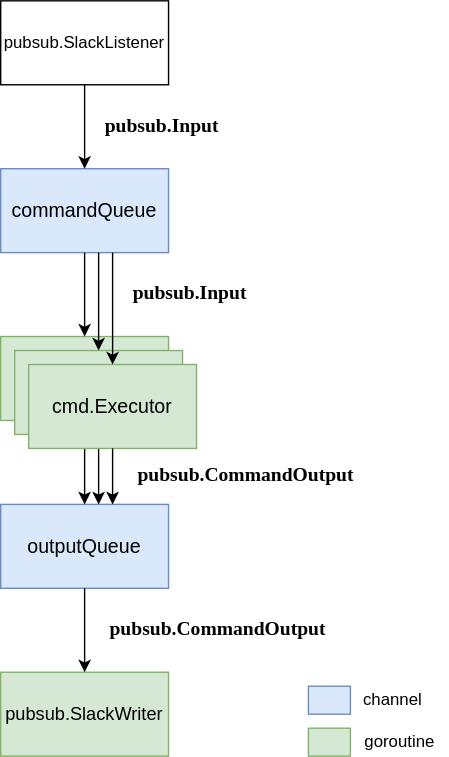
This is docs/goroutine-diagram.svg from hnw/slack-commander, a draw.io export, as it was before one commit. Source tidied: cells renumbered, new cells last; positions are measured from the earlier drawing's top-left corner, leaving out a move shared by most shapes.
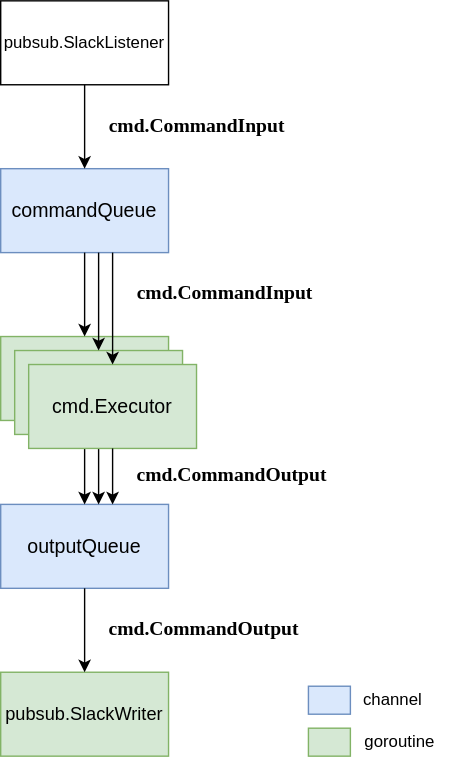
The same diagram one commit later.

What changed in the source:
```diff
@@ -59,17 +59,17 @@
         <mxPoint x="80" y="260" as="targetPoint" />
       </mxGeometry>
     </mxCell>
-    <mxCell id="17" value="&lt;font face=&quot;Tahoma&quot; size=&quot;1&quot;&gt;&lt;b style=&quot;font-size: 14px&quot;&gt;pubsub.Input&lt;/b&gt;&lt;/font&gt;" style="text;html=1;align=center;verticalAlign=middle;" parent="1" vertex="1">
-      <mxGeometry x="60" y="80" width="110" height="20" as="geometry" />
+    <mxCell id="17" value="&lt;font face=&quot;Tahoma&quot; size=&quot;1&quot;&gt;&lt;b style=&quot;font-size: 14px&quot;&gt;cmd.CommandInput&lt;/b&gt;&lt;/font&gt;" style="text;html=1;align=center;verticalAlign=middle;" parent="1" vertex="1">
+      <mxGeometry x="60" y="80" width="160" height="20" as="geometry" />
     </mxCell>
-    <mxCell id="18" value="&lt;font face=&quot;Tahoma&quot; size=&quot;1&quot;&gt;&lt;b style=&quot;font-size: 14px&quot;&gt;pubsub.Input&lt;/b&gt;&lt;/font&gt;" style="text;html=1;align=center;verticalAlign=middle;" parent="1" vertex="1">
-      <mxGeometry x="80" y="200" width="110" height="20" as="geometry" />
+    <mxCell id="18" value="&lt;font face=&quot;Tahoma&quot; size=&quot;1&quot;&gt;&lt;b style=&quot;font-size: 14px&quot;&gt;cmd.CommandInput&lt;/b&gt;&lt;/font&gt;" style="text;html=1;align=center;verticalAlign=middle;" parent="1" vertex="1">
+      <mxGeometry x="80" y="200" width="160" height="20" as="geometry" />
     </mxCell>
-    <mxCell id="19" value="&lt;font face=&quot;Tahoma&quot; size=&quot;1&quot;&gt;&lt;b style=&quot;font-size: 14px&quot;&gt;pubsub.CommandOutput&lt;/b&gt;&lt;/font&gt;" style="text;html=1;align=center;verticalAlign=middle;" parent="1" vertex="1">
-      <mxGeometry x="80" y="330" width="190" height="20" as="geometry" />
+    <mxCell id="19" value="&lt;font face=&quot;Tahoma&quot; size=&quot;1&quot;&gt;&lt;b style=&quot;font-size: 14px&quot;&gt;cmd.CommandOutput&lt;/b&gt;&lt;/font&gt;" style="text;html=1;align=center;verticalAlign=middle;" parent="1" vertex="1">
+      <mxGeometry x="80" y="330" width="170" height="20" as="geometry" />
     </mxCell>
-    <mxCell id="20" value="&lt;font face=&quot;Tahoma&quot; size=&quot;1&quot;&gt;&lt;b style=&quot;font-size: 14px&quot;&gt;pubsub.CommandOutput&lt;/b&gt;&lt;/font&gt;" style="text;html=1;align=center;verticalAlign=middle;" parent="1" vertex="1">
-      <mxGeometry x="60" y="440" width="190" height="20" as="geometry" />
+    <mxCell id="20" value="&lt;font face=&quot;Tahoma&quot; size=&quot;1&quot;&gt;&lt;b style=&quot;font-size: 14px&quot;&gt;cmd.CommandOutput&lt;/b&gt;&lt;/font&gt;" style="text;html=1;align=center;verticalAlign=middle;" parent="1" vertex="1">
+      <mxGeometry x="60" y="440" width="170" height="20" as="geometry" />
     </mxCell>
     <mxCell id="21" style="rounded=0;whiteSpace=wrap;html=1;fillColor=#d5e8d4;strokeColor=#82b366;" parent="1" vertex="1">
       <mxGeometry x="220" y="520" width="30" height="20" as="geometry" />
```
